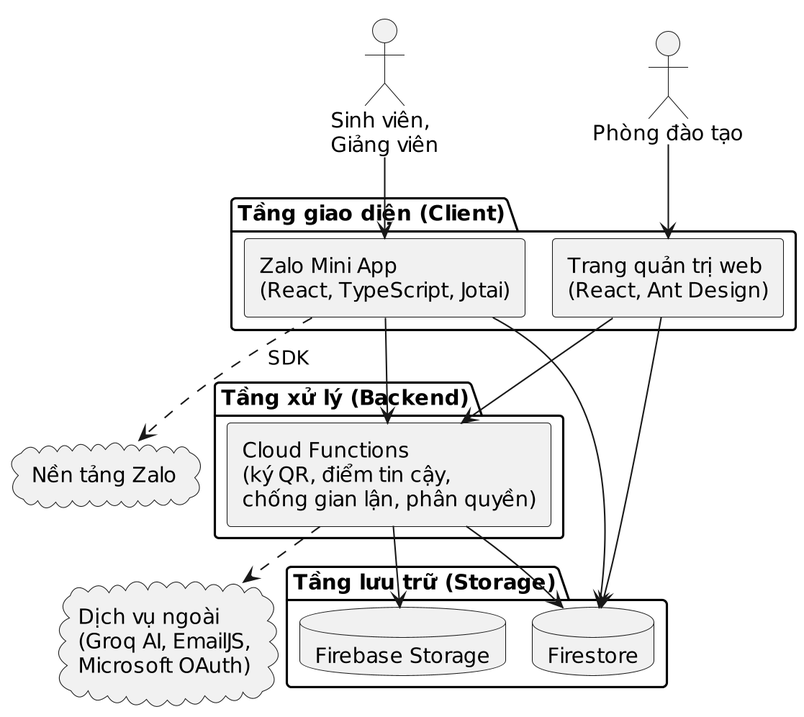
Before: quyen/figures/kientruc.png, a diagram exported from PlantUML (nguyenngocthuan11062004/smart-attendance-zalo-mini-app).
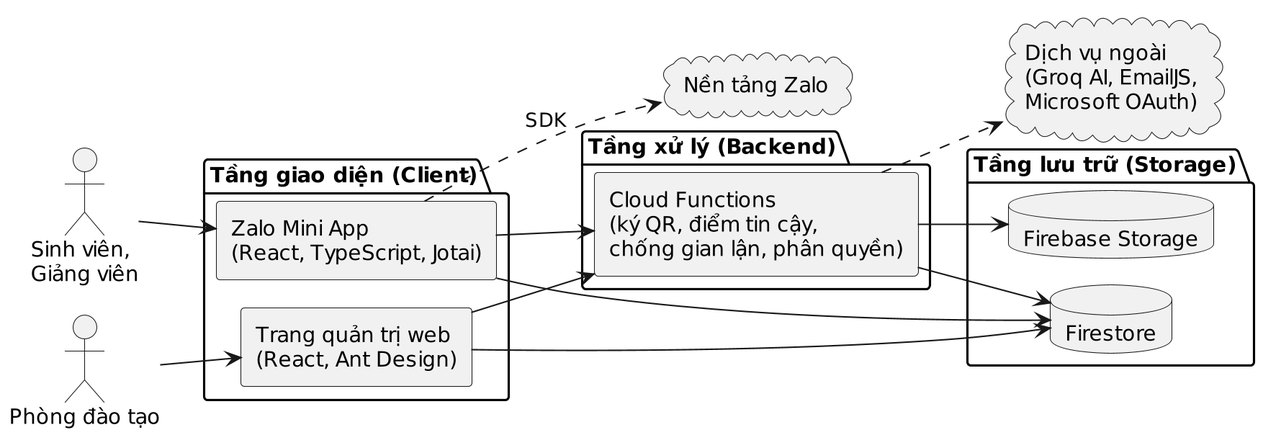
The same diagram one commit later.

What changed in the source:
```diff
@@ -4,7 +4,7 @@
 skinparam defaultFontName "DejaVu Sans"
 skinparam shadowing false
 skinparam componentStyle rectangle
-top to bottom direction
+left to right direction
 
 actor "Sinh viên,\nGiảng viên" as users
 actor "Phòng đào tạo" as admin
@@ -19,8 +19,8 @@
 }
 
 package "Tầng lưu trữ (Storage)" {
+  database "Firebase Storage" as storage
   database "Firestore" as fs
-  database "Firebase Storage" as storage
 }
 
 cloud "Nền tảng Zalo" as zalo
@@ -28,12 +28,12 @@
 
 users --> miniapp
 admin --> adminweb
-miniapp ..> zalo : SDK
 miniapp --> cf
 adminweb --> cf
 miniapp --> fs
 adminweb --> fs
 cf --> fs
 cf --> storage
+miniapp ..> zalo : SDK
 cf ..> ext
 @enduml
```
